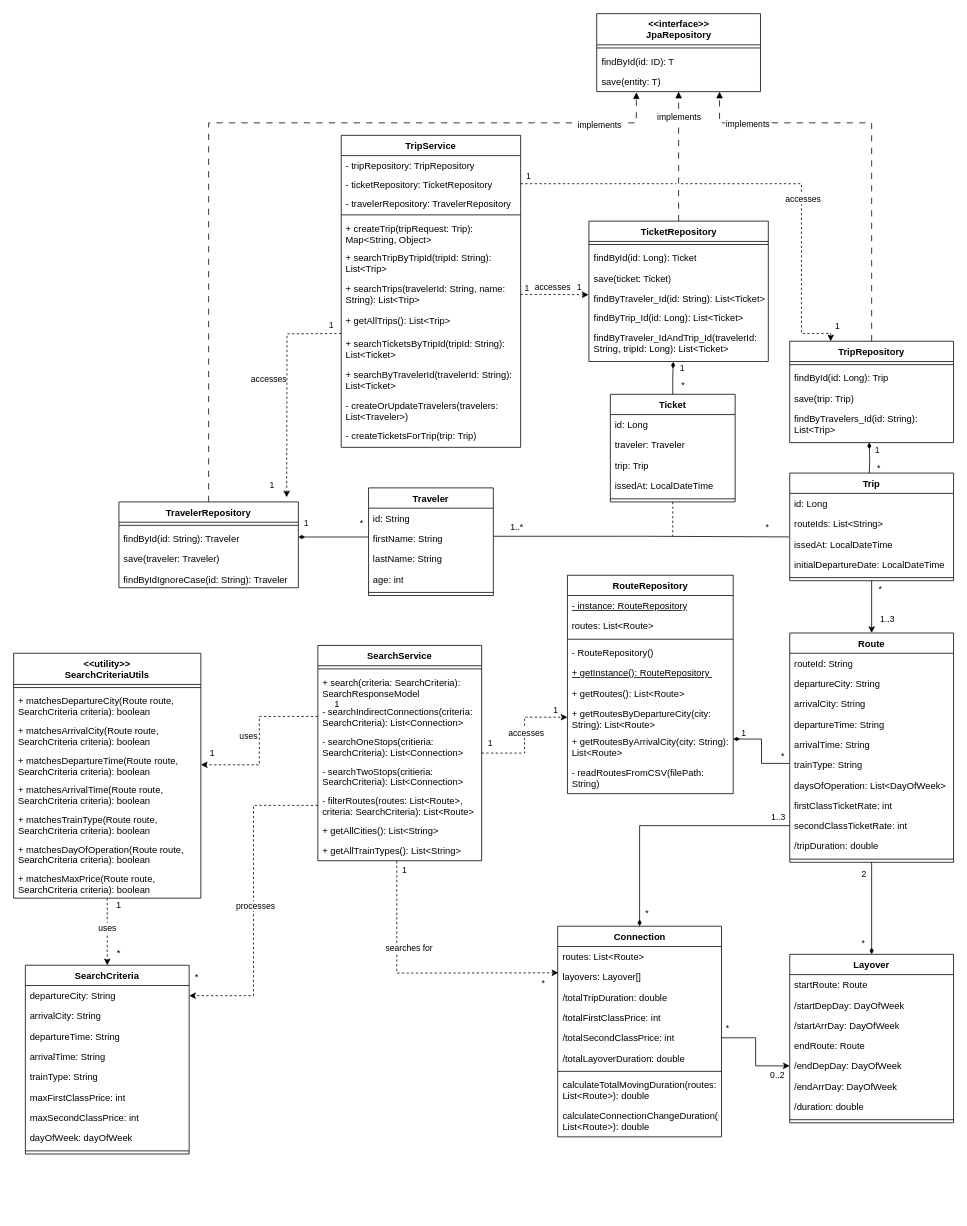
Before: documentation/iteration-4/src/class-diagram.drawio in aninnda/SOEN342_PROJECT, a draw.io diagram. Source tidied: cells renumbered, new cells numbered last; positions are measured from the earlier drawing's top-left corner, leaving out a move shared by most shapes. Both pictures are drawn from the tidied source at 78%, with x=0, y=0 at pixel (13, 13).
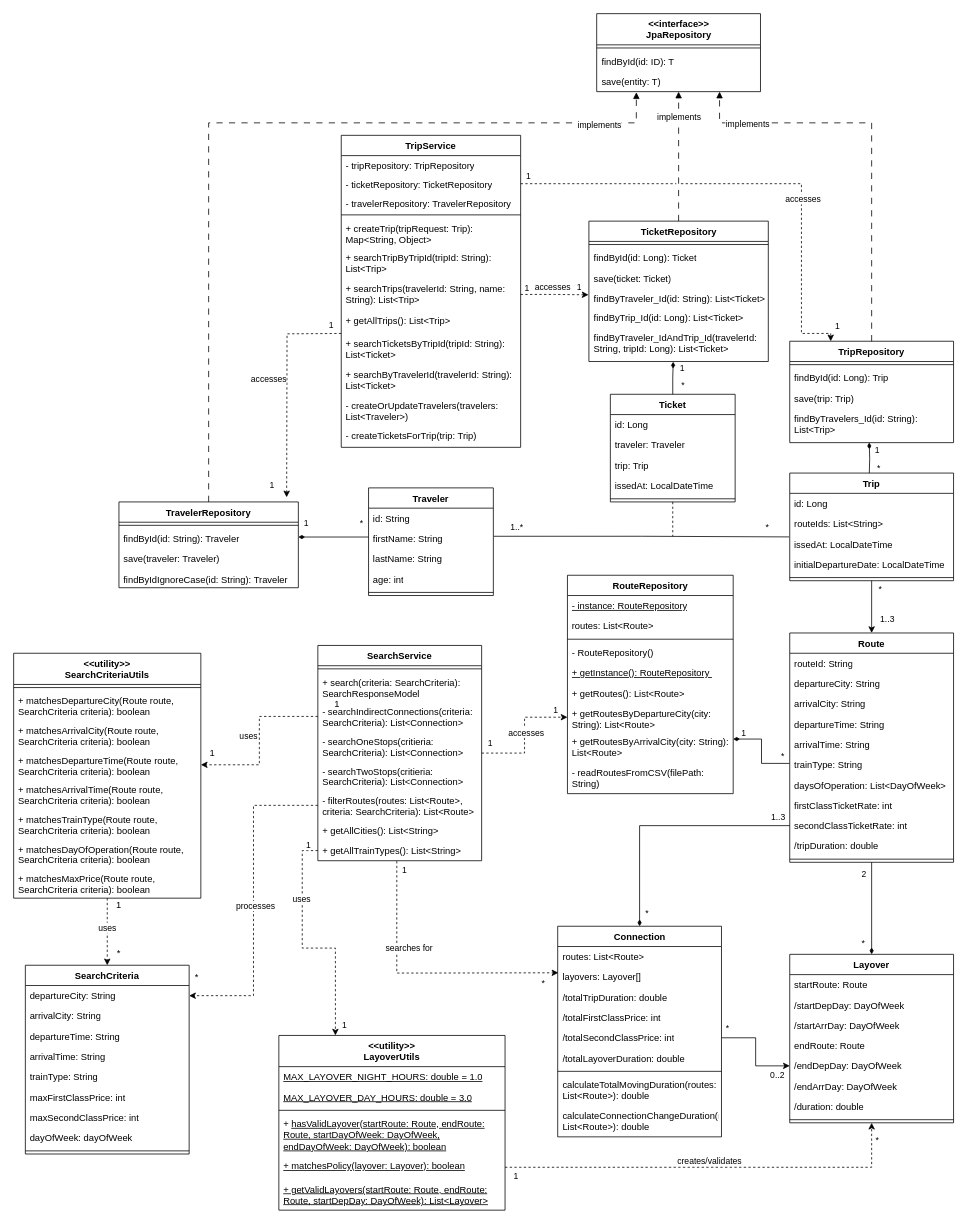
The same page after the edit.

Commit message (it also covers changes not shown here):
Update class diagram (LayoverUtils)

Unchanged cells that the change refers to:
```xml
<mxCell id="61" value="Layover" style="swimlane;fontStyle=1;align=center;verticalAlign=top;horizontal=1;startSize=26;whiteSpace=wrap;html=1;" parent="1" vertex="1">
  <mxGeometry x="995" y="1206" width="210" height="216" as="geometry" />
</mxCell>
<mxCell id="102" value="+ getAllTrainTypes(): List&amp;lt;String&amp;gt;" style="text;strokeColor=none;fillColor=none;align=left;verticalAlign=top;spacingLeft=4;spacingRight=4;overflow=hidden;points=[[0,0.5],[1,0.5]];portConstraint=eastwest;whiteSpace=wrap;html=1;" parent="94" vertex="1">
  <mxGeometry y="250" width="210" height="26" as="geometry" />
</mxCell>
```

Change to the diagram source:
```diff
@@
+    <mxCell id="188" value="&lt;div&gt;&amp;lt;&amp;lt;utility&amp;gt;&amp;gt;&lt;/div&gt;LayoverUtils" style="swimlane;fontStyle=1;align=center;verticalAlign=top;horizontal=1;startSize=40;whiteSpace=wrap;html=1;" parent="1" vertex="1">
+      <mxGeometry x="340" y="1310" width="290" height="224" as="geometry" />
+    </mxCell>
+    <mxCell id="189" value="&lt;u&gt;MAX_LAYOVER_NIGHT_HOURS: double = 1.0&lt;/u&gt;" style="text;strokeColor=none;fillColor=none;align=left;verticalAlign=top;spacingLeft=4;spacingRight=4;overflow=hidden;whiteSpace=wrap;html=1;" parent="188" vertex="1">
+      <mxGeometry y="40" width="290" height="26" as="geometry" />
+    </mxCell>
+    <mxCell id="190" value="&lt;u&gt;MAX_LAYOVER_DAY_HOURS: double = 3.0&lt;/u&gt;" style="text;strokeColor=none;fillColor=none;align=left;verticalAlign=top;spacingLeft=4;spacingRight=4;overflow=hidden;whiteSpace=wrap;html=1;" parent="188" vertex="1">
+      <mxGeometry y="66" width="290" height="26" as="geometry" />
+    </mxCell>
+    <mxCell id="191" style="line;strokeWidth=1;fillColor=none;align=left;verticalAlign=middle;spacingTop=-1;spacingLeft=3;spacingRight=3;labelPosition=right;strokeColor=inherit;" parent="188" vertex="1">
+      <mxGeometry y="92" width="290" height="8" as="geometry" />
+    </mxCell>
+    <mxCell id="192" value="+ &lt;u&gt;hasValidLayover(startRoute: Route, endRoute: Route, startDayOfWeek: DayOfWeek, endDayOfWeek: DayOfWeek): boolean&lt;/u&gt;" style="text;strokeColor=none;fillColor=none;align=left;verticalAlign=top;spacingLeft=4;spacingRight=4;overflow=hidden;whiteSpace=wrap;html=1;" parent="188" vertex="1">
+      <mxGeometry y="100" width="290" height="54" as="geometry" />
+    </mxCell>
+    <mxCell id="193" value="&lt;u&gt;+ matchesPolicy(layover: Layover): boolean&lt;/u&gt;" style="text;strokeColor=none;fillColor=none;align=left;verticalAlign=top;spacingLeft=4;spacingRight=4;overflow=hidden;points=[[0,0.5],[1,0.5]];portConstraint=eastwest;whiteSpace=wrap;html=1;" parent="188" vertex="1">
+      <mxGeometry y="154" width="290" height="30" as="geometry" />
+    </mxCell>
+    <mxCell id="194" value="&lt;u&gt;+ getValidLayovers(startRoute: Route, endRoute: Route, startDepDay: DayOfWeek): List&amp;lt;Layover&amp;gt;&lt;/u&gt;" style="text;strokeColor=none;fillColor=none;align=left;verticalAlign=top;spacingLeft=4;spacingRight=4;overflow=hidden;whiteSpace=wrap;html=1;" parent="188" vertex="1">
+      <mxGeometry y="184" width="290" height="40" as="geometry" />
+    </mxCell>
+    <mxCell id="195" style="edgeStyle=orthogonalEdgeStyle;rounded=0;jettySize=auto;html=1;entryX=0.25;entryY=0;entryDx=0;entryDy=0;dashed=1;" parent="1" edge="1" source="102" target="188">
+      <mxGeometry relative="1" as="geometry" />
+    </mxCell>
+    <mxCell id="196" value="uses" style="edgeLabel;html=1;align=center;verticalAlign=middle;" parent="195" vertex="1">
+      <mxGeometry x="-0.45" y="-2" relative="1" as="geometry" />
+    </mxCell>
+    <mxCell id="197" value="1" style="edgeLabel;html=1;align=center;verticalAlign=middle;" parent="195" vertex="1">
+      <mxGeometry x="-0.91" y="2" relative="1" as="geometry">
+        <mxPoint y="-10" as="offset" />
+      </mxGeometry>
+    </mxCell>
+    <mxCell id="198" value="1" style="edgeLabel;html=1;align=center;verticalAlign=middle;" parent="195" vertex="1">
+      <mxGeometry x="0.84" y="1" relative="1" as="geometry">
+        <mxPoint x="10" y="10" as="offset" />
+      </mxGeometry>
+    </mxCell>
+    <mxCell id="199" style="edgeStyle=orthogonalEdgeStyle;rounded=0;jettySize=auto;html=1;entryX=0.5;entryY=1;entryDx=0;entryDy=0;dashed=1;" parent="1" edge="1" source="193" target="61">
+      <mxGeometry relative="1" as="geometry" />
+    </mxCell>
+    <mxCell id="200" value="creates/validates" style="edgeLabel;html=1;align=center;verticalAlign=middle;" parent="199" vertex="1">
+      <mxGeometry x="-0.07" y="-1" relative="1" as="geometry">
+        <mxPoint x="16" y="-10" as="offset" />
+      </mxGeometry>
+    </mxCell>
+    <mxCell id="201" value="1" style="edgeLabel;html=1;align=center;verticalAlign=middle;" parent="199" vertex="1">
+      <mxGeometry x="-0.95" y="-5" relative="1" as="geometry">
+        <mxPoint y="6" as="offset" />
+      </mxGeometry>
+    </mxCell>
+    <mxCell id="202" value="*" style="edgeLabel;html=1;align=center;verticalAlign=middle;" parent="199" vertex="1">
+      <mxGeometry x="0.92" y="4" relative="1" as="geometry">
+        <mxPoint x="10" as="offset" />
+      </mxGeometry>
+    </mxCell>
```
